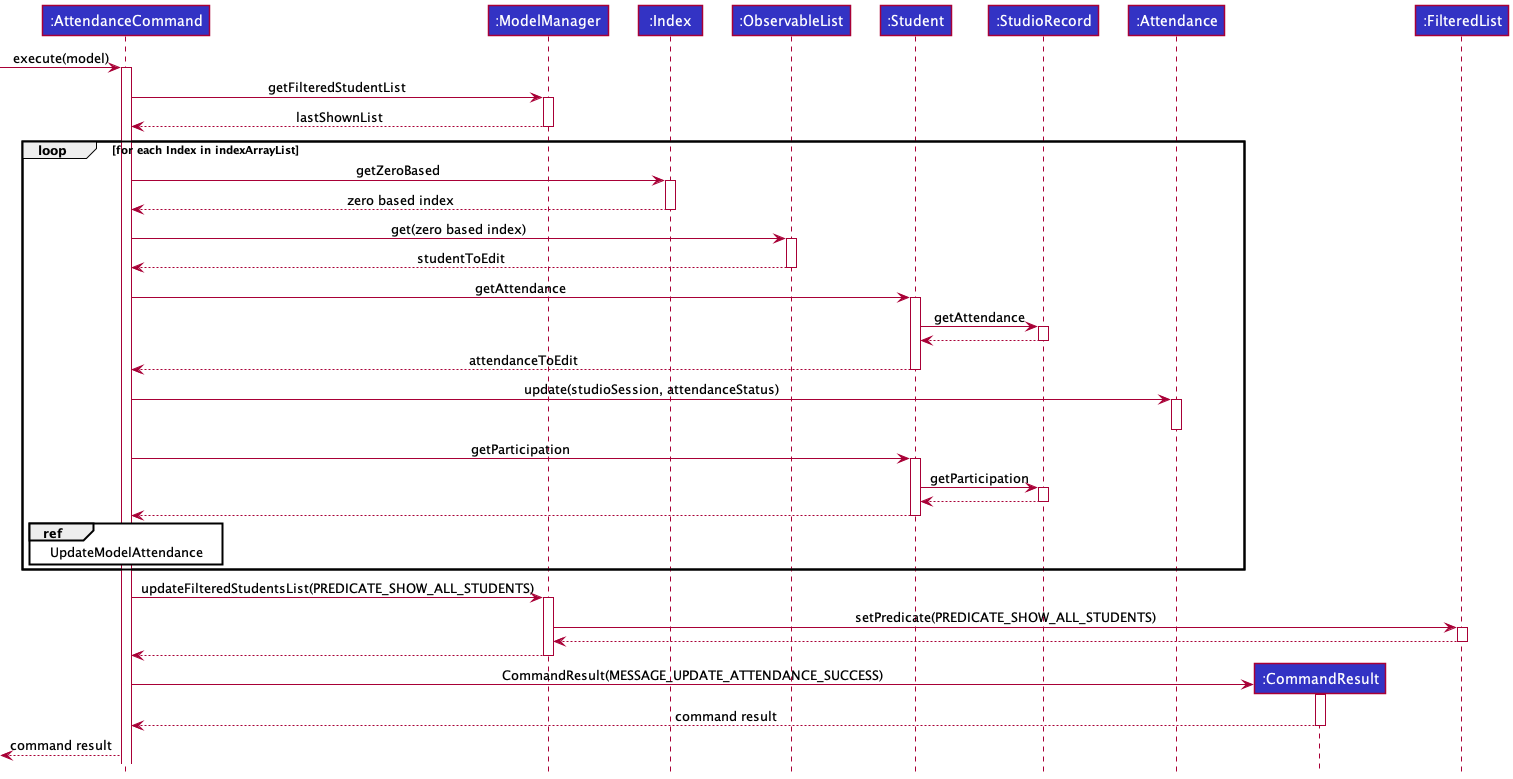
This is docs/images/logic/commands/attendancecommand/AttendanceCommandSequenceDiagram.png from nus-cs2103-AY2122S1/tp, a PlantUML export, as it was before one commit.
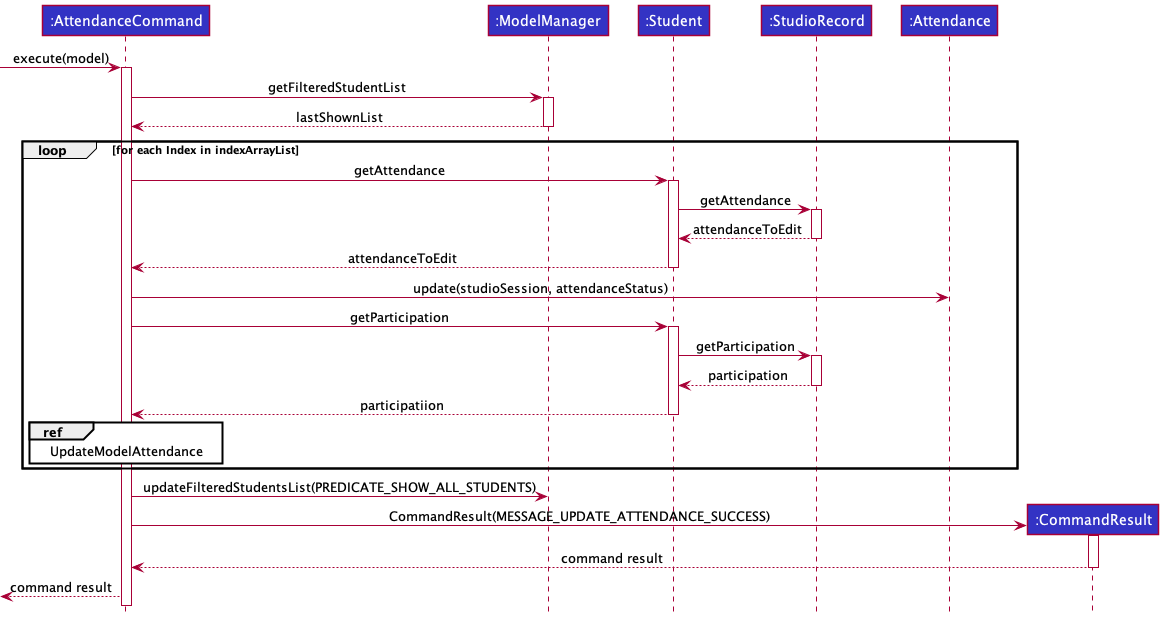
Above is the later version.

Commit message:
Update AttendanceCommand Sequence diagram

Diff of the diagram source:
```diff
@@ -3,13 +3,10 @@
 
 Participant ":AttendanceCommand" as ac LOGIC_COLOR
 Participant ":ModelManager" as mm LOGIC_COLOR
-Participant ":Index" as i LOGIC_COLOR
-Participant ":ObservableList" as ol LOGIC_COLOR
 Participant ":Student" as st LOGIC_COLOR
 Participant ":StudioRecord" as sr LOGIC_COLOR
 Participant ":Attendance" as at LOGIC_COLOR
 Participant ":CommandResult" as cr LOGIC_COLOR
-Participant ":FilteredList" as fl LOGIC_COLOR
 
 [-> ac : execute(model)
 activate ac
@@ -17,27 +14,22 @@
 mm --> ac --: lastShownList
 
 loop for each Index in indexArrayList
-    ac -> i ++ : getZeroBased
-    i --> ac -- : zero based index
-    ac -> ol ++ : get(zero based index)
-    ol --> ac -- : studentToEdit
+
+
     ac -> st ++ : getAttendance
     st -> sr ++ : getAttendance
-    sr --> st --
+    sr --> st -- : attendanceToEdit
     st --> ac -- : attendanceToEdit
-    ac -> at ++ : update(studioSession, attendanceStatus)
-    deactivate at
+    ac -> at  : update(studioSession, attendanceStatus)
     ac -> st ++ : getParticipation
     st -> sr ++ : getParticipation
-    sr --> st --
-    st --> ac --
+    sr --> st -- : participation
+    st --> ac -- : participatiion
     ref over ac : UpdateModelAttendance
 end loop
 
-ac -> mm ++ : updateFilteredStudentsList(PREDICATE_SHOW_ALL_STUDENTS)
-mm -> fl ++ : setPredicate(PREDICATE_SHOW_ALL_STUDENTS)
-fl --> mm --
-mm --> ac --
+ac -> mm  : updateFilteredStudentsList(PREDICATE_SHOW_ALL_STUDENTS)
+
 
 create cr
 ac -> cr ++ : CommandResult(MESSAGE_UPDATE_ATTENDANCE_SUCCESS)
```
